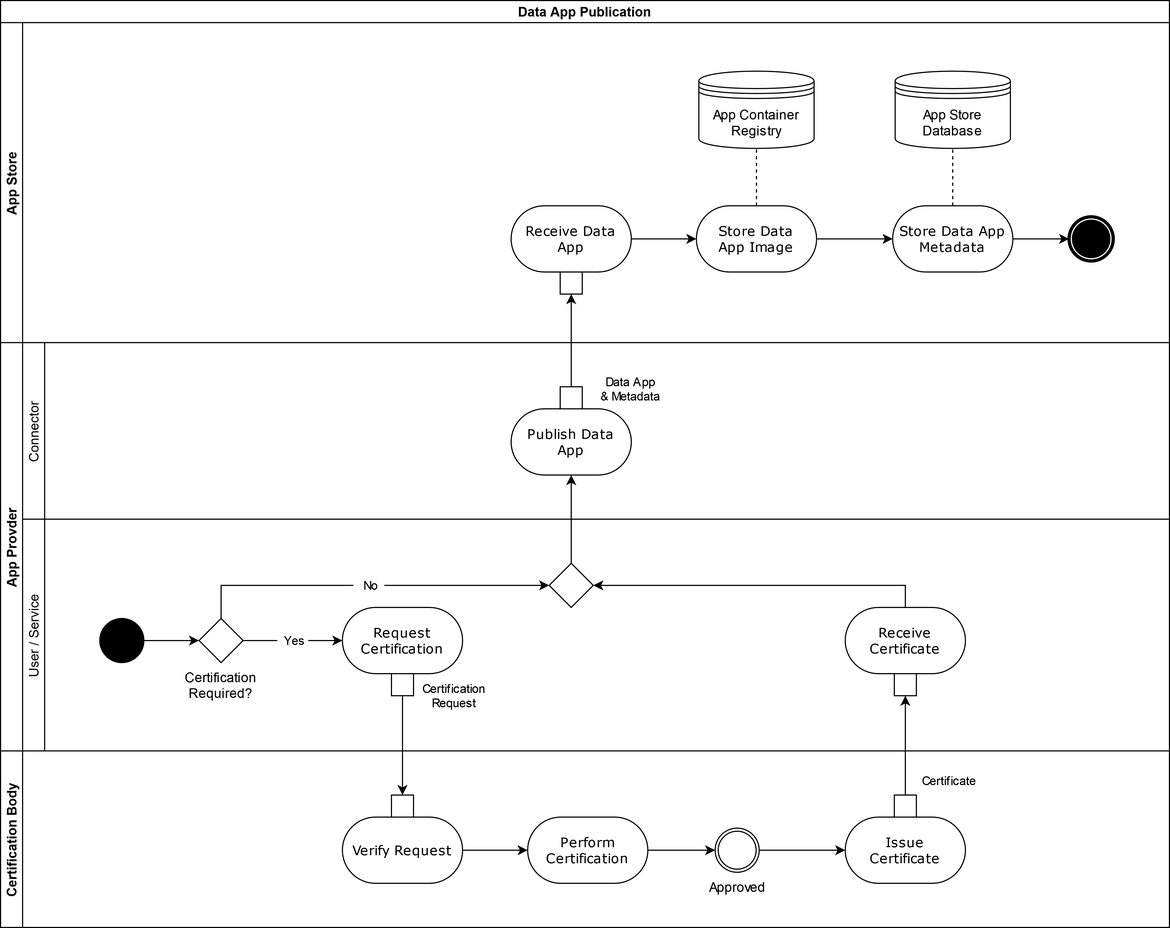
International-Data-Spaces-Association/IDS-RAM_4_0 keeps this draw.io diagram as documentation/3_Layers_of_the_Reference_Architecture_Model/3_3_Process_Layer/media/data-app-publication-process.png. Above is the earlier version. Source tidied: cells renumbered, new cells last; positions are measured from the earlier drawing's top-left corner, leaving out a move shared by most shapes.
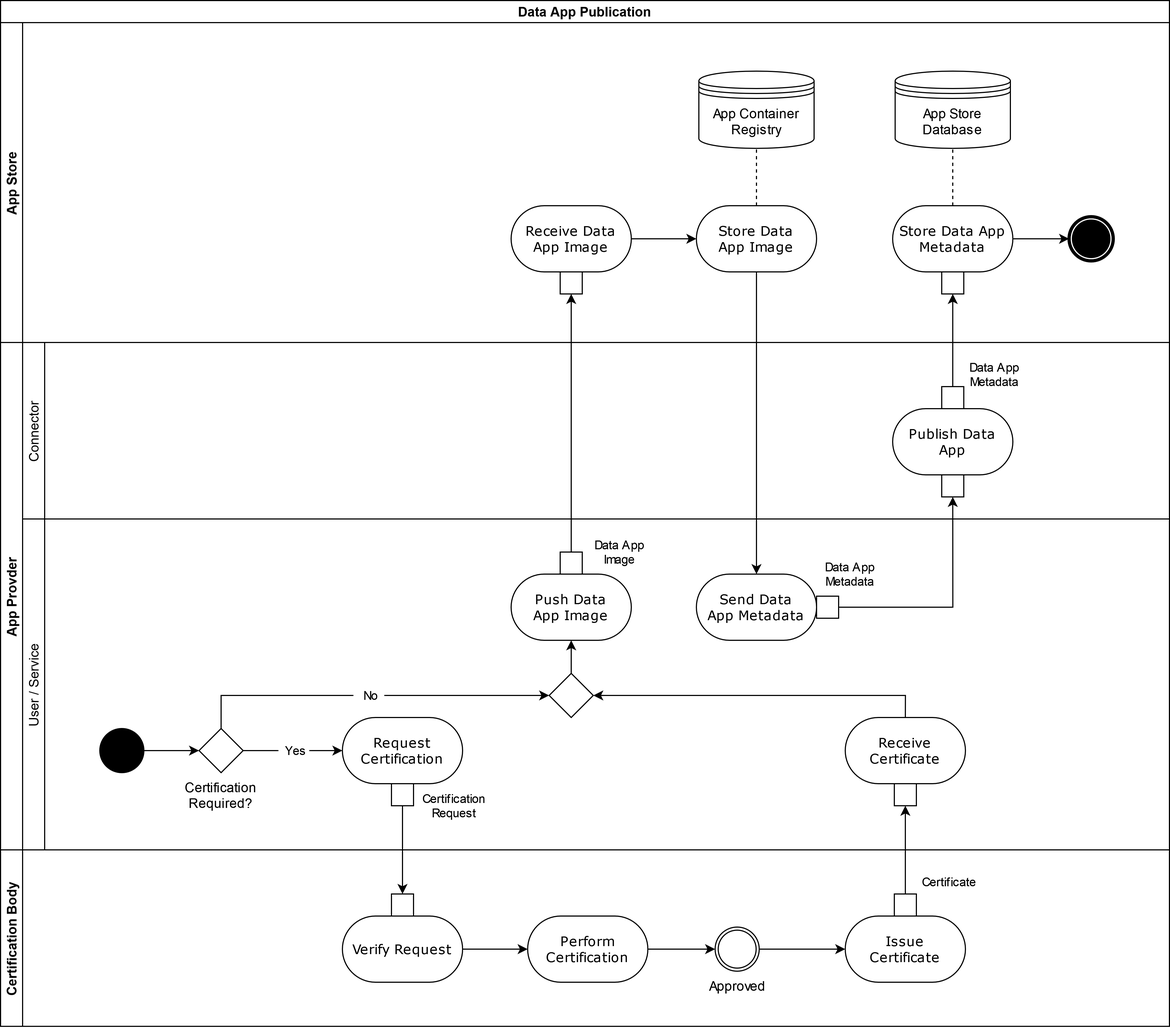
Above is the later version.

Commit message:
update data app publication process

What changed in the source:
```diff
@@ -3,7 +3,7 @@
     <mxCell id="0" />
     <mxCell id="1" parent="0" />
     <mxCell id="2" value="Data App Publication" style="swimlane;horizontal=1;startSize=20;fontStyle=1;" parent="1" vertex="1">
-      <mxGeometry width="1060" height="840" as="geometry" />
+      <mxGeometry width="1060" height="930" as="geometry" />
     </mxCell>
     <mxCell id="3" value="App Store" style="swimlane;startSize=20;horizontal=0;" parent="2" vertex="1">
       <mxGeometry y="20" width="1060" height="290" as="geometry" />
@@ -11,7 +11,7 @@
     <mxCell id="4" style="shape=mxgraph.bpmn.shape;html=1;verticalLabelPosition=bottom;labelBackgroundColor=#ffffff;verticalAlign=top;perimeter=ellipsePerimeter;outline=end;symbol=terminate;rounded=0;shadow=0;comic=0;strokeWidth=1;fontFamily=Verdana;fontSize=12;align=center;" parent="3" vertex="1">
       <mxGeometry x="969" y="176" width="40" height="40" as="geometry" />
     </mxCell>
-    <mxCell id="5" value="&lt;div&gt;Receive Data&lt;/div&gt;&lt;div&gt;App&lt;/div&gt;" style="rounded=1;whiteSpace=wrap;html=1;shadow=0;comic=0;labelBackgroundColor=none;strokeWidth=1;fontFamily=Verdana;fontSize=12;align=center;arcSize=50;" parent="3" vertex="1">
+    <mxCell id="5" value="&lt;div&gt;Receive Data&lt;/div&gt;&lt;div&gt;App Image&lt;br&gt;&lt;/div&gt;" style="rounded=1;whiteSpace=wrap;html=1;shadow=0;comic=0;labelBackgroundColor=none;strokeWidth=1;fontFamily=Verdana;fontSize=12;align=center;arcSize=50;" parent="3" vertex="1">
       <mxGeometry x="463" y="166" width="109" height="60" as="geometry" />
     </mxCell>
     <mxCell id="6" style="edgeStyle=none;rounded=0;jettySize=auto;html=1;endArrow=classic;endFill=1;" parent="3" edge="1" source="7" target="5">
@@ -32,9 +32,6 @@
     <mxCell id="11" value="Store Data App Metadata" style="rounded=1;whiteSpace=wrap;html=1;shadow=0;comic=0;labelBackgroundColor=none;strokeWidth=1;fontFamily=Verdana;fontSize=12;align=center;arcSize=50;" parent="3" vertex="1">
       <mxGeometry x="809" y="166" width="109" height="60" as="geometry" />
     </mxCell>
-    <mxCell id="12" style="edgeStyle=orthogonalEdgeStyle;rounded=0;jettySize=auto;html=1;entryX=0;entryY=0.5;entryDx=0;entryDy=0;" parent="3" edge="1" source="8" target="11">
-      <mxGeometry relative="1" as="geometry" />
-    </mxCell>
     <mxCell id="13" value="App Store Database" style="shape=datastore;whiteSpace=wrap;html=1;" parent="3" vertex="1">
       <mxGeometry x="811.2" y="44" width="104.5" height="70" as="geometry" />
     </mxCell>
@@ -47,29 +44,32 @@
     <mxCell id="16" style="rounded=0;jettySize=auto;html=1;entryX=0.5;entryY=1;entryDx=0;entryDy=0;dashed=1;endArrow=none;endFill=0;exitX=0.5;exitY=0;exitDx=0;exitDy=0;" parent="3" edge="1" source="11" target="13">
       <mxGeometry relative="1" as="geometry" />
     </mxCell>
+    <mxCell id="48" style="rounded=0;whiteSpace=wrap;html=1;strokeColor=default;" parent="3" vertex="1">
+      <mxGeometry x="853.5" y="226" width="20" height="20" as="geometry" />
+    </mxCell>
     <mxCell id="17" value="App Provder" style="swimlane;startSize=20;horizontal=0;" parent="2" vertex="1">
-      <mxGeometry y="310" width="1060" height="370" as="geometry" />
+      <mxGeometry y="310" width="1060" height="460" as="geometry" />
     </mxCell>
     <mxCell id="18" value="Connector" style="swimlane;startSize=20;horizontal=0;fontStyle=0;" parent="17" vertex="1">
       <mxGeometry x="20" width="1040" height="160" as="geometry" />
     </mxCell>
     <mxCell id="19" value="User / Service" style="swimlane;startSize=20;horizontal=0;fontStyle=0;" parent="18" vertex="1">
-      <mxGeometry y="160" width="1040" height="210" as="geometry" />
+      <mxGeometry y="160" width="1040" height="300" as="geometry" />
     </mxCell>
     <mxCell id="20" style="ellipse;whiteSpace=wrap;html=1;rounded=0;shadow=0;comic=0;labelBackgroundColor=none;strokeWidth=1;fillColor=#000000;fontFamily=Verdana;fontSize=12;align=center;" parent="19" vertex="1">
-      <mxGeometry x="70" y="90" width="40" height="40" as="geometry" />
+      <mxGeometry x="70" y="190" width="40" height="40" as="geometry" />
     </mxCell>
     <mxCell id="21" value="Request Certification" style="rounded=1;whiteSpace=wrap;html=1;shadow=0;comic=0;labelBackgroundColor=none;strokeWidth=1;fontFamily=Verdana;fontSize=12;align=center;arcSize=50;" parent="19" vertex="1">
-      <mxGeometry x="290" y="80" width="109" height="60" as="geometry" />
+      <mxGeometry x="290" y="180" width="109" height="60" as="geometry" />
     </mxCell>
     <mxCell id="22" style="rounded=0;whiteSpace=wrap;html=1;strokeColor=default;" parent="19" vertex="1">
-      <mxGeometry x="334.5" y="140" width="20" height="20" as="geometry" />
+      <mxGeometry x="334.5" y="240" width="20" height="20" as="geometry" />
     </mxCell>
     <mxCell id="23" value="Certification Required?" style="text;whiteSpace=wrap;html=1;align=center;" parent="19" vertex="1">
-      <mxGeometry x="140" y="130" width="80" height="40" as="geometry" />
+      <mxGeometry x="140" y="230" width="80" height="40" as="geometry" />
     </mxCell>
     <mxCell id="24" style="rhombus;whiteSpace=wrap;html=1;" parent="19" vertex="1">
-      <mxGeometry x="160" y="90" width="40" height="40" as="geometry" />
+      <mxGeometry x="160" y="190" width="40" height="40" as="geometry" />
     </mxCell>
     <mxCell id="25" style="edgeStyle=orthogonalEdgeStyle;rounded=0;jettySize=auto;html=1;entryX=0;entryY=0.5;entryDx=0;entryDy=0;" parent="19" edge="1" source="20" target="24">
       <mxGeometry relative="1" as="geometry" />
@@ -78,13 +78,13 @@
       <mxGeometry relative="1" as="geometry" />
     </mxCell>
     <mxCell id="27" value="Receive Certificate" style="rounded=1;whiteSpace=wrap;html=1;shadow=0;comic=0;labelBackgroundColor=none;strokeWidth=1;fontFamily=Verdana;fontSize=12;align=center;arcSize=50;" parent="19" vertex="1">
-      <mxGeometry x="746" y="80" width="109" height="60" as="geometry" />
+      <mxGeometry x="746" y="180" width="109" height="60" as="geometry" />
     </mxCell>
     <mxCell id="28" style="rounded=0;whiteSpace=wrap;html=1;strokeColor=default;" parent="19" vertex="1">
-      <mxGeometry x="790.5" y="140" width="20" height="20" as="geometry" />
+      <mxGeometry x="790.5" y="240" width="20" height="20" as="geometry" />
     </mxCell>
     <mxCell id="29" style="rhombus;whiteSpace=wrap;html=1;" parent="19" vertex="1">
-      <mxGeometry x="477.5" y="40" width="40" height="40" as="geometry" />
+      <mxGeometry x="477.5" y="140" width="40" height="40" as="geometry" />
     </mxCell>
     <mxCell id="30" value="&amp;nbsp;&amp;nbsp; No&amp;nbsp;&amp;nbsp; " style="edgeStyle=orthogonalEdgeStyle;rounded=0;jettySize=auto;html=1;entryX=0;entryY=0.5;entryDx=0;entryDy=0;exitX=0.5;exitY=0;exitDx=0;exitDy=0;" parent="19" edge="1" source="24" target="29">
       <mxGeometry relative="1" as="geometry" />
@@ -92,17 +92,35 @@
     <mxCell id="31" style="edgeStyle=orthogonalEdgeStyle;rounded=0;jettySize=auto;html=1;entryX=1;entryY=0.5;entryDx=0;entryDy=0;exitX=0.5;exitY=0;exitDx=0;exitDy=0;" parent="19" edge="1" source="27" target="29">
       <mxGeometry relative="1" as="geometry" />
     </mxCell>
-    <mxCell id="32" value="&lt;div&gt;Publish Data&lt;/div&gt;&lt;div&gt;App&lt;/div&gt;" style="rounded=1;whiteSpace=wrap;html=1;shadow=0;comic=0;labelBackgroundColor=none;strokeWidth=1;fontFamily=Verdana;fontSize=12;align=center;arcSize=50;" parent="18" vertex="1">
-      <mxGeometry x="443" y="60" width="109" height="60" as="geometry" />
+    <mxCell id="32" value="&lt;div&gt;Push Data&lt;/div&gt;&lt;div&gt;App Image&lt;/div&gt;" style="rounded=1;whiteSpace=wrap;html=1;shadow=0;comic=0;labelBackgroundColor=none;strokeWidth=1;fontFamily=Verdana;fontSize=12;align=center;arcSize=50;" parent="19" vertex="1">
+      <mxGeometry x="443" y="50" width="109" height="60" as="geometry" />
     </mxCell>
+    <mxCell id="34" style="rounded=0;jettySize=auto;html=1;entryX=0.5;entryY=1;entryDx=0;entryDy=0;" parent="19" edge="1" source="29" target="32">
+      <mxGeometry relative="1" as="geometry" />
+    </mxCell>
-    <mxCell id="33" style="rounded=0;whiteSpace=wrap;html=1;strokeColor=default;" parent="18" vertex="1">
-      <mxGeometry x="487.5" y="40" width="20" height="20" as="geometry" />
+    <mxCell id="33" style="rounded=0;whiteSpace=wrap;html=1;strokeColor=default;" parent="19" vertex="1">
+      <mxGeometry x="487.5" y="30" width="20" height="20" as="geometry" />
     </mxCell>
-    <mxCell id="34" style="rounded=0;jettySize=auto;html=1;entryX=0.5;entryY=1;entryDx=0;entryDy=0;" parent="18" edge="1" source="29" target="32">
-      <mxGeometry relative="1" as="geometry" />
-    </mxCell>
+    <mxCell id="49" value="&lt;div&gt;Send Data&lt;/div&gt;&lt;div&gt;App Metadata&lt;br&gt;&lt;/div&gt;" style="rounded=1;whiteSpace=wrap;html=1;shadow=0;comic=0;labelBackgroundColor=none;strokeWidth=1;fontFamily=Verdana;fontSize=12;align=center;arcSize=50;" parent="19" vertex="1">
+      <mxGeometry x="611" y="50" width="109" height="60" as="geometry" />
+    </mxCell>
+    <mxCell id="50" style="rounded=0;whiteSpace=wrap;html=1;strokeColor=default;" parent="19" vertex="1">
+      <mxGeometry x="720" y="70" width="20" height="20" as="geometry" />
+    </mxCell>
+    <mxCell id="51" value="&lt;div&gt;Publish Data&lt;/div&gt;&lt;div&gt;App&lt;br&gt;&lt;/div&gt;" style="rounded=1;whiteSpace=wrap;html=1;shadow=0;comic=0;labelBackgroundColor=none;strokeWidth=1;fontFamily=Verdana;fontSize=12;align=center;arcSize=50;" parent="18" vertex="1">
+      <mxGeometry x="789" y="60" width="109" height="60" as="geometry" />
+    </mxCell>
+    <mxCell id="52" style="rounded=0;whiteSpace=wrap;html=1;strokeColor=default;" parent="18" vertex="1">
+      <mxGeometry x="833.5" y="120" width="20" height="20" as="geometry" />
+    </mxCell>
+    <mxCell id="53" value="&lt;div&gt;Data App&lt;/div&gt;&lt;div&gt;Metadata&lt;/div&gt;" style="edgeStyle=orthogonalEdgeStyle;rounded=0;jettySize=auto;html=1;entryX=0.5;entryY=1;entryDx=0;entryDy=0;" parent="18" edge="1" source="50" target="52">
+      <mxGeometry x="-0.91" y="30" relative="1" as="geometry" />
+    </mxCell>
+    <mxCell id="54" style="rounded=0;whiteSpace=wrap;html=1;strokeColor=default;" parent="18" vertex="1">
+      <mxGeometry x="833.5" y="40" width="20" height="20" as="geometry" />
+    </mxCell>
     <mxCell id="35" value="Certification Body" style="swimlane;startSize=20;horizontal=0;" parent="2" vertex="1">
-      <mxGeometry y="680" width="1060" height="160" as="geometry" />
+      <mxGeometry y="770" width="1060" height="160" as="geometry" />
     </mxCell>
     <mxCell id="36" value="Verify Request" style="rounded=1;whiteSpace=wrap;html=1;shadow=0;comic=0;labelBackgroundColor=none;strokeWidth=1;fontFamily=Verdana;fontSize=12;align=center;arcSize=50;" parent="35" vertex="1">
       <mxGeometry x="310" y="60" width="109" height="60" as="geometry" />
@@ -137,10 +155,18 @@
     <mxCell id="46" value="Certificate" style="edgeStyle=none;rounded=0;jettySize=auto;html=1;" parent="2" edge="1" source="44" target="28">
       <mxGeometry x="-0.7" y="-39" relative="1" as="geometry" />
     </mxCell>
-    <mxCell id="47" value="&lt;div&gt;Data App&lt;/div&gt;&lt;div&gt;&amp;amp; Metadata&lt;br&gt;&lt;/div&gt;" style="edgeStyle=none;rounded=0;jettySize=auto;html=1;entryX=0.5;entryY=1;entryDx=0;entryDy=0;" parent="2" edge="1" source="33" target="7">
-      <mxGeometry x="-1" y="-53" relative="1" as="geometry">
-        <mxPoint y="2" as="offset" />
+    <mxCell id="47" value="&lt;div&gt;Data App&lt;/div&gt;&lt;div&gt;Image&lt;/div&gt;" style="edgeStyle=none;rounded=0;jettySize=auto;html=1;entryX=0.5;entryY=1;entryDx=0;entryDy=0;" parent="2" edge="1" source="33" target="7">
+      <mxGeometry x="-1" y="-42" relative="1" as="geometry">
+        <mxPoint x="1" as="offset" />
       </mxGeometry>
     </mxCell>
+    <mxCell id="55" style="rounded=0;jettySize=auto;html=1;entryX=0.5;entryY=0;entryDx=0;entryDy=0;" parent="2" edge="1" source="8" target="49">
+      <mxGeometry relative="1" as="geometry" />
+    </mxCell>
+    <mxCell id="56" value="&lt;div&gt;Data App&lt;/div&gt;&lt;div&gt;Metadata&lt;br&gt;&lt;/div&gt;" style="edgeStyle=orthogonalEdgeStyle;rounded=0;jettySize=auto;html=1;entryX=0.5;entryY=1;entryDx=0;entryDy=0;" parent="2" edge="1" source="54" target="48">
+      <mxGeometry x="-0.73" y="-36" relative="1" as="geometry">
+        <mxPoint x="1" as="offset" />
+      </mxGeometry>
+    </mxCell>
   </root>
 </mxGraphModel>
```
